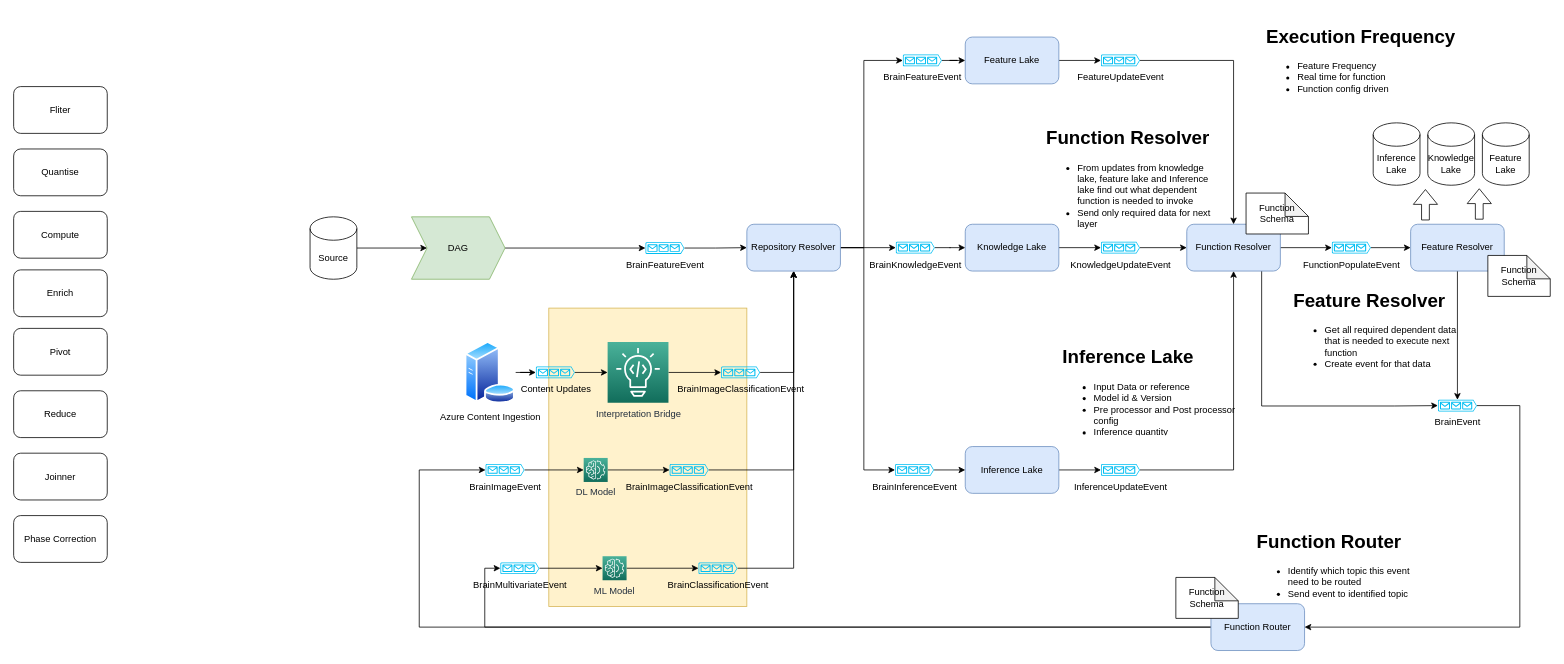
brain-os/brain-proto keeps this draw.io diagram as page "Brain" (1 of 5) of docs/diagram/telos.drawio. Above is the earlier version. Source tidied: cells renumbered, new cells numbered last; positions are measured from the earlier drawing's top-left corner, leaving out a move shared by most shapes. Both pictures are drawn from the tidied source at 78%, with x=0, y=0 at pixel (13, 21).
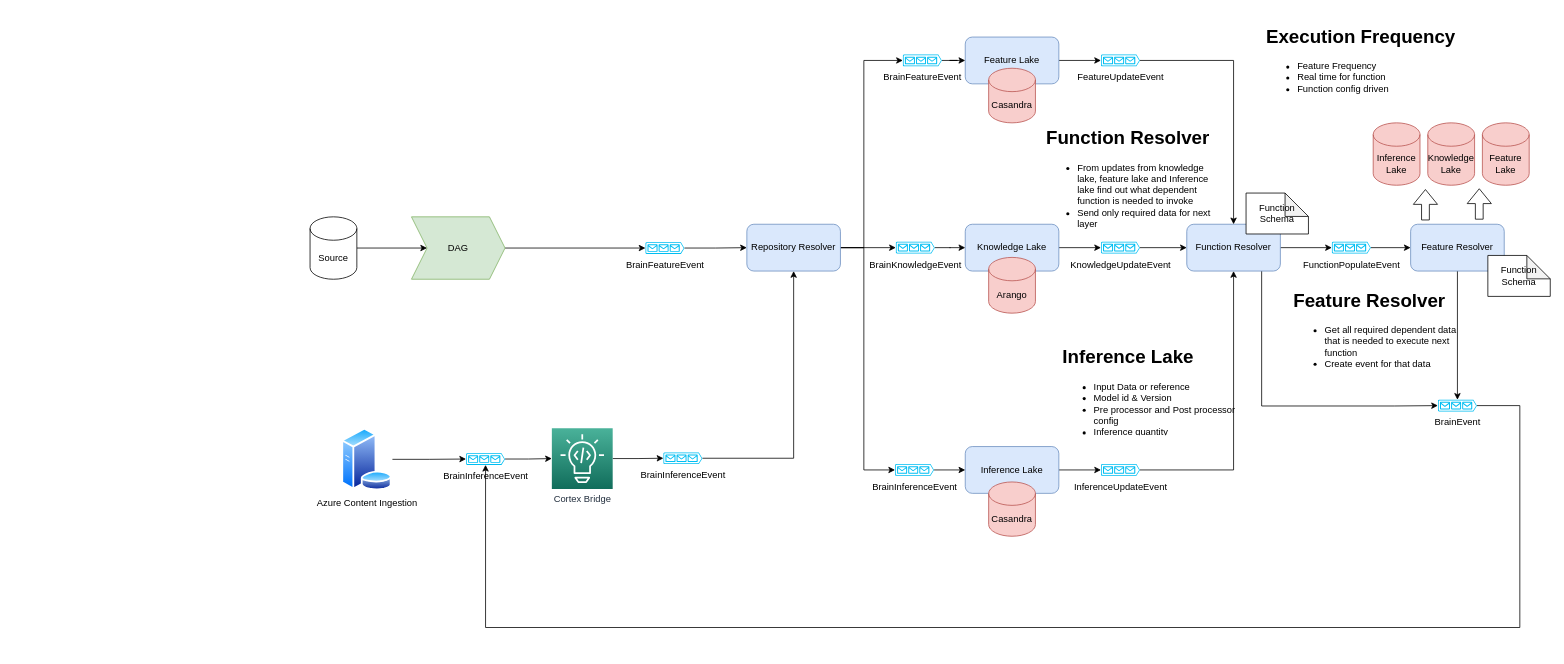
The same diagram, later.

Unchanged cells that the change refers to:
```xml
<mxCell id="34" value="BrainEvent" style="verticalLabelPosition=bottom;html=1;verticalAlign=top;align=center;strokeColor=none;fillColor=#00BEF2;shape=mxgraph.azure.queue_generic;" parent="1" vertex="1">
  <mxGeometry x="1826" y="485" width="50" height="15" as="geometry" />
</mxCell>
<mxCell id="67" value="Repository Resolver" style="rounded=1;whiteSpace=wrap;html=1;fillColor=#dae8fc;strokeColor=#6c8ebf;" parent="1" vertex="1">
  <mxGeometry x="940" y="260" width="120" height="60" as="geometry" />
</mxCell>
```

Change to the diagram source:
```diff
@@
-    <mxCell id="2" style="rounded=0;whiteSpace=wrap;html=1;fillColor=#fff2cc;strokeColor=#d6b656;" parent="1" vertex="1">
-      <mxGeometry x="686.1" y="367.5" width="253.9" height="382.5" as="geometry" />
-    </mxCell>
@@
-    <mxCell id="5" style="edgeStyle=orthogonalEdgeStyle;rounded=0;jettySize=auto;html=1;entryX=0;entryY=0.5;entryDx=0;entryDy=0;entryPerimeter=0;fontColor=#000000;exitX=1;exitY=0.5;exitDx=0;exitDy=0;exitPerimeter=0;" parent="1" edge="1" source="59" target="7">
-      <mxGeometry relative="1" as="geometry" />
-    </mxCell>
-    <mxCell id="6" style="edgeStyle=orthogonalEdgeStyle;rounded=0;jettySize=auto;html=1;entryX=0.5;entryY=1;entryDx=0;entryDy=0;" parent="1" edge="1" source="7" target="67">
-      <mxGeometry relative="1" as="geometry" />
-    </mxCell>
-    <mxCell id="7" value="BrainImageClassificationEvent" style="verticalLabelPosition=bottom;html=1;verticalAlign=top;align=center;strokeColor=none;fillColor=#00BEF2;shape=mxgraph.azure.queue_generic;" parent="1" vertex="1">
-      <mxGeometry x="841" y="567.5" width="50" height="15" as="geometry" />
-    </mxCell>
@@
-    <mxCell id="10" style="edgeStyle=orthogonalEdgeStyle;rounded=0;jettySize=auto;html=1;entryX=0;entryY=0.5;entryDx=0;entryDy=0;entryPerimeter=0;fontColor=#000000;exitX=1;exitY=0.5;exitDx=0;exitDy=0;exitPerimeter=0;" parent="1" edge="1" source="60" target="12">
-      <mxGeometry relative="1" as="geometry" />
-    </mxCell>
-    <mxCell id="11" style="edgeStyle=orthogonalEdgeStyle;rounded=0;jettySize=auto;html=1;entryX=0.5;entryY=1;entryDx=0;entryDy=0;" parent="1" edge="1" source="12" target="67">
-      <mxGeometry relative="1" as="geometry" />
-    </mxCell>
-    <mxCell id="12" value="BrainClassificationEvent" style="verticalLabelPosition=bottom;html=1;verticalAlign=top;align=center;strokeColor=none;fillColor=#00BEF2;shape=mxgraph.azure.queue_generic;" parent="1" vertex="1">
-      <mxGeometry x="878" y="693.5" width="50" height="15" as="geometry" />
-    </mxCell>
@@
-    <mxCell id="33" style="edgeStyle=orthogonalEdgeStyle;rounded=0;jettySize=auto;html=1;entryX=1;entryY=0.5;entryDx=0;entryDy=0;fontColor=#000000;" parent="1" edge="1" source="34" target="41">
+    <mxCell id="33" style="edgeStyle=orthogonalEdgeStyle;rounded=0;jettySize=auto;html=1;fontColor=#000000;" parent="1" edge="1" source="34" target="92">
       <mxGeometry relative="1" as="geometry">
         <Array as="points">
           <mxPoint x="1931" y="493" />
           <mxPoint x="1931" y="777" />
+          <mxPoint x="605" y="777" />
         </Array>
       </mxGeometry>
     </mxCell>
@@
-    <mxCell id="35" value="Knowledge Lake" style="shape=cylinder3;whiteSpace=wrap;html=1;boundedLbl=1;backgroundOutline=1;size=15;fontColor=#000000;" parent="1" vertex="1">
+    <mxCell id="35" value="Knowledge Lake" style="shape=cylinder3;whiteSpace=wrap;html=1;boundedLbl=1;backgroundOutline=1;size=15;fillColor=#f8cecc;strokeColor=#b85450;" parent="1" vertex="1">
       <mxGeometry x="1813" y="130" width="60" height="80" as="geometry" />
     </mxCell>
-    <mxCell id="36" value="Feature Lake" style="shape=cylinder3;whiteSpace=wrap;html=1;boundedLbl=1;backgroundOutline=1;size=15;fontColor=#000000;" parent="1" vertex="1">
+    <mxCell id="36" value="Feature Lake" style="shape=cylinder3;whiteSpace=wrap;html=1;boundedLbl=1;backgroundOutline=1;size=15;fillColor=#f8cecc;strokeColor=#b85450;" parent="1" vertex="1">
       <mxGeometry x="1883" y="130" width="60" height="80" as="geometry" />
     </mxCell>
@@
-    <mxCell id="39" style="edgeStyle=orthogonalEdgeStyle;rounded=0;jettySize=auto;html=1;entryX=0;entryY=0.5;entryDx=0;entryDy=0;entryPerimeter=0;fontColor=#000000;" parent="1" edge="1" source="41" target="48">
-      <mxGeometry relative="1" as="geometry" />
-    </mxCell>
-    <mxCell id="40" style="edgeStyle=orthogonalEdgeStyle;rounded=0;jettySize=auto;html=1;entryX=0;entryY=0.5;entryDx=0;entryDy=0;entryPerimeter=0;fontColor=#000000;" parent="1" edge="1" source="41" target="46">
-      <mxGeometry relative="1" as="geometry">
-        <Array as="points">
-          <mxPoint x="520" y="777" />
-          <mxPoint x="520" y="575" />
-        </Array>
-      </mxGeometry>
-    </mxCell>
-    <mxCell id="41" value="Function Router" style="rounded=1;whiteSpace=wrap;html=1;fillColor=#dae8fc;strokeColor=#6c8ebf;" parent="1" vertex="1">
-      <mxGeometry x="1535" y="746.5" width="120" height="60" as="geometry" />
-    </mxCell>
@@
-    <mxCell id="43" value="Function Schema" style="shape=note;whiteSpace=wrap;html=1;backgroundOutline=1;darkOpacity=0.05;fontColor=#000000;" parent="1" vertex="1">
-      <mxGeometry x="1490" y="712.8" width="80" height="52.5" as="geometry" />
-    </mxCell>
@@
-    <mxCell id="45" style="edgeStyle=orthogonalEdgeStyle;rounded=0;jettySize=auto;html=1;entryX=0;entryY=0.5;entryDx=0;entryDy=0;fontColor=#000000;entryPerimeter=0;" parent="1" edge="1" source="46" target="59">
-      <mxGeometry relative="1" as="geometry" />
-    </mxCell>
-    <mxCell id="46" value="BrainImageEvent" style="verticalLabelPosition=bottom;html=1;verticalAlign=top;align=center;strokeColor=none;fillColor=#00BEF2;shape=mxgraph.azure.queue_generic;" parent="1" vertex="1">
-      <mxGeometry x="605" y="567.5" width="50" height="15" as="geometry" />
-    </mxCell>
-    <mxCell id="47" style="edgeStyle=orthogonalEdgeStyle;rounded=0;jettySize=auto;html=1;fontColor=#000000;entryX=0;entryY=0.5;entryDx=0;entryDy=0;entryPerimeter=0;" parent="1" edge="1" source="48" target="60">
-      <mxGeometry relative="1" as="geometry" />
-    </mxCell>
-    <mxCell id="48" value="BrainMultivariateEvent" style="verticalLabelPosition=bottom;html=1;verticalAlign=top;align=center;strokeColor=none;fillColor=#00BEF2;shape=mxgraph.azure.queue_generic;" parent="1" vertex="1">
-      <mxGeometry x="624" y="693.5" width="50" height="15" as="geometry" />
-    </mxCell>
@@
-    <mxCell id="50" value="Inference Lake" style="shape=cylinder3;whiteSpace=wrap;html=1;boundedLbl=1;backgroundOutline=1;size=15;fontColor=#000000;" parent="1" vertex="1">
+    <mxCell id="50" value="Inference Lake" style="shape=cylinder3;whiteSpace=wrap;html=1;boundedLbl=1;backgroundOutline=1;size=15;fillColor=#f8cecc;strokeColor=#b85450;" parent="1" vertex="1">
       <mxGeometry x="1743" y="130" width="60" height="80" as="geometry" />
     </mxCell>
-    <mxCell id="51" style="edgeStyle=orthogonalEdgeStyle;rounded=0;jettySize=auto;html=1;entryX=0;entryY=0.5;entryDx=0;entryDy=0;entryPerimeter=0;" parent="1" edge="1" source="52" target="54">
-      <mxGeometry relative="1" as="geometry" />
-    </mxCell>
+    <mxCell id="84" style="edgeStyle=orthogonalEdgeStyle;rounded=0;jettySize=auto;html=1;entryX=0;entryY=0.5;entryDx=0;entryDy=0;entryPerimeter=0;" parent="1" edge="1" source="52" target="92">
+      <mxGeometry relative="1" as="geometry" />
+    </mxCell>
     <mxCell id="52" value="Azure Content Ingestion" style="perimeter=ellipsePerimeter;html=1;align=center;shadow=0;dashed=0;spacingTop=3;image;image=img/lib/active_directory/database_server.svg;" parent="1" vertex="1">
-      <mxGeometry x="578" y="410" width="65.6" height="80" as="geometry" />
+      <mxGeometry x="420" y="521.4" width="65.6" height="80" as="geometry" />
     </mxCell>
-    <mxCell id="53" style="edgeStyle=orthogonalEdgeStyle;rounded=0;jettySize=auto;html=1;" parent="1" edge="1" source="54" target="56">
-      <mxGeometry relative="1" as="geometry" />
-    </mxCell>
-    <mxCell id="54" value="Content Updates" style="verticalLabelPosition=bottom;html=1;verticalAlign=top;align=center;strokeColor=none;fillColor=#00BEF2;shape=mxgraph.azure.queue_generic;" parent="1" vertex="1">
-      <mxGeometry x="669.5" y="442.5" width="50" height="15" as="geometry" />
-    </mxCell>
-    <mxCell id="55" style="edgeStyle=orthogonalEdgeStyle;rounded=0;jettySize=auto;html=1;entryX=0;entryY=0.5;entryDx=0;entryDy=0;entryPerimeter=0;" parent="1" edge="1" source="56" target="58">
-      <mxGeometry relative="1" as="geometry" />
-    </mxCell>
+    <mxCell id="85" style="edgeStyle=orthogonalEdgeStyle;rounded=0;jettySize=auto;html=1;entryX=0;entryY=0.5;entryDx=0;entryDy=0;entryPerimeter=0;" parent="1" edge="1" source="56" target="90">
+      <mxGeometry relative="1" as="geometry" />
+    </mxCell>
-    <mxCell id="56" value="Interpretation Bridge" style="sketch=0;points=[[0,0,0],[0.25,0,0],[0.5,0,0],[0.75,0,0],[1,0,0],[0,1,0],[0.25,1,0],[0.5,1,0],[0.75,1,0],[1,1,0],[0,0.25,0],[0,0.5,0],[0,0.75,0],[1,0.25,0],[1,0.5,0],[1,0.75,0]];outlineConnect=0;fontColor=#232F3E;gradientColor=#4AB29A;gradientDirection=north;fillColor=#116D5B;strokeColor=#ffffff;dashed=0;verticalLabelPosition=bottom;verticalAlign=top;align=center;html=1;fontSize=12;fontStyle=0;shape=mxgraph.aws4.resourceIcon;resIcon=mxgraph.aws4.codeguru_2;" parent="1" vertex="1">
-      <mxGeometry x="761.5" y="411" width="78" height="78" as="geometry" />
+    <mxCell id="56" value="Cortex Bridge" style="sketch=0;points=[[0,0,0],[0.25,0,0],[0.5,0,0],[0.75,0,0],[1,0,0],[0,1,0],[0.25,1,0],[0.5,1,0],[0.75,1,0],[1,1,0],[0,0.25,0],[0,0.5,0],[0,0.75,0],[1,0.25,0],[1,0.5,0],[1,0.75,0]];outlineConnect=0;fontColor=#232F3E;gradientColor=#4AB29A;gradientDirection=north;fillColor=#116D5B;strokeColor=#ffffff;dashed=0;verticalLabelPosition=bottom;verticalAlign=top;align=center;html=1;fontSize=12;fontStyle=0;shape=mxgraph.aws4.resourceIcon;resIcon=mxgraph.aws4.codeguru_2;" parent="1" vertex="1">
+      <mxGeometry x="690" y="521.4" width="78" height="78" as="geometry" />
     </mxCell>
-    <mxCell id="57" style="edgeStyle=orthogonalEdgeStyle;rounded=0;jettySize=auto;html=1;entryX=0.5;entryY=1;entryDx=0;entryDy=0;" parent="1" edge="1" source="58" target="67">
-      <mxGeometry relative="1" as="geometry">
-        <Array as="points">
-          <mxPoint x="1000" y="450" />
-        </Array>
-      </mxGeometry>
-    </mxCell>
-    <mxCell id="58" value="BrainImageClassificationEvent" style="verticalLabelPosition=bottom;html=1;verticalAlign=top;align=center;strokeColor=none;fillColor=#00BEF2;shape=mxgraph.azure.queue_generic;" parent="1" vertex="1">
-      <mxGeometry x="907" y="442.5" width="50" height="15" as="geometry" />
-    </mxCell>
-    <mxCell id="59" value="DL Model" style="sketch=0;points=[[0,0,0],[0.25,0,0],[0.5,0,0],[0.75,0,0],[1,0,0],[0,1,0],[0.25,1,0],[0.5,1,0],[0.75,1,0],[1,1,0],[0,0.25,0],[0,0.5,0],[0,0.75,0],[1,0.25,0],[1,0.5,0],[1,0.75,0]];outlineConnect=0;fontColor=#232F3E;gradientColor=#4AB29A;gradientDirection=north;fillColor=#116D5B;strokeColor=#ffffff;dashed=0;verticalLabelPosition=bottom;verticalAlign=top;align=center;html=1;fontSize=12;fontStyle=0;shape=mxgraph.aws4.resourceIcon;resIcon=mxgraph.aws4.machine_learning;" parent="1" vertex="1">
-      <mxGeometry x="730.8" y="559.6" width="30.8" height="30.8" as="geometry" />
-    </mxCell>
-    <mxCell id="60" value="ML Model" style="sketch=0;points=[[0,0,0],[0.25,0,0],[0.5,0,0],[0.75,0,0],[1,0,0],[0,1,0],[0.25,1,0],[0.5,1,0],[0.75,1,0],[1,1,0],[0,0.25,0],[0,0.5,0],[0,0.75,0],[1,0.25,0],[1,0.5,0],[1,0.75,0]];outlineConnect=0;fontColor=#232F3E;gradientColor=#4AB29A;gradientDirection=north;fillColor=#116D5B;strokeColor=#ffffff;dashed=0;verticalLabelPosition=bottom;verticalAlign=top;align=center;html=1;fontSize=12;fontStyle=0;shape=mxgraph.aws4.resourceIcon;resIcon=mxgraph.aws4.machine_learning;" parent="1" vertex="1">
-      <mxGeometry x="755" y="685.6" width="30.8" height="30.8" as="geometry" />
-    </mxCell>
-    <mxCell id="61" value="&lt;h1&gt;Function Router&lt;/h1&gt;&lt;p&gt;&lt;/p&gt;&lt;ul&gt;&lt;li&gt;Identify which topic this event need to be routed&lt;/li&gt;&lt;li&gt;Send event to identified topic&lt;/li&gt;&lt;/ul&gt;&lt;p&gt;&lt;/p&gt;" style="text;html=1;strokeColor=none;fillColor=none;spacing=5;spacingTop=-20;whiteSpace=wrap;overflow=hidden;rounded=0;fontColor=#000000;" parent="1" vertex="1">
-      <mxGeometry x="1589" y="647" width="230" height="120" as="geometry" />
-    </mxCell>
@@
-    <mxCell id="74" value="Fliter" style="rounded=1;whiteSpace=wrap;html=1;" parent="1" vertex="1">
-      <mxGeometry y="83.5" width="120" height="60" as="geometry" />
-    </mxCell>
-    <mxCell id="75" value="Quantise" style="rounded=1;whiteSpace=wrap;html=1;" parent="1" vertex="1">
-      <mxGeometry y="163.5" width="120" height="60" as="geometry" />
-    </mxCell>
-    <mxCell id="76" value="Compute" style="rounded=1;whiteSpace=wrap;html=1;" parent="1" vertex="1">
-      <mxGeometry y="243.5" width="120" height="60" as="geometry" />
-    </mxCell>
-    <mxCell id="77" value="Enrich" style="rounded=1;whiteSpace=wrap;html=1;" parent="1" vertex="1">
-      <mxGeometry y="318.5" width="120" height="60" as="geometry" />
-    </mxCell>
-    <mxCell id="78" value="Pivot" style="rounded=1;whiteSpace=wrap;html=1;" parent="1" vertex="1">
-      <mxGeometry y="393.5" width="120" height="60" as="geometry" />
-    </mxCell>
-    <mxCell id="79" value="Reduce" style="rounded=1;whiteSpace=wrap;html=1;" parent="1" vertex="1">
-      <mxGeometry y="473.5" width="120" height="60" as="geometry" />
-    </mxCell>
-    <mxCell id="80" value="Joinner" style="rounded=1;whiteSpace=wrap;html=1;" parent="1" vertex="1">
-      <mxGeometry y="553.5" width="120" height="60" as="geometry" />
-    </mxCell>
-    <mxCell id="81" value="Phase Correction" style="rounded=1;whiteSpace=wrap;html=1;" parent="1" vertex="1">
-      <mxGeometry y="633.5" width="120" height="60" as="geometry" />
-    </mxCell>
@@
+    <mxCell id="86" value="Casandra" style="shape=cylinder3;whiteSpace=wrap;html=1;boundedLbl=1;backgroundOutline=1;size=15;fillColor=#f8cecc;strokeColor=#b85450;" parent="1" vertex="1">
+      <mxGeometry x="1250" y="60" width="60" height="70" as="geometry" />
+    </mxCell>
+    <mxCell id="87" value="Arango" style="shape=cylinder3;whiteSpace=wrap;html=1;boundedLbl=1;backgroundOutline=1;size=15;fillColor=#f8cecc;strokeColor=#b85450;" parent="1" vertex="1">
+      <mxGeometry x="1250" y="302.5" width="60" height="71.5" as="geometry" />
+    </mxCell>
+    <mxCell id="88" value="Casandra" style="shape=cylinder3;whiteSpace=wrap;html=1;boundedLbl=1;backgroundOutline=1;size=15;fillColor=#f8cecc;strokeColor=#b85450;" parent="1" vertex="1">
+      <mxGeometry x="1250" y="590.4" width="60" height="69.6" as="geometry" />
+    </mxCell>
+    <mxCell id="89" style="edgeStyle=orthogonalEdgeStyle;rounded=0;jettySize=auto;html=1;entryX=0.5;entryY=1;entryDx=0;entryDy=0;" parent="1" edge="1" source="90" target="67">
+      <mxGeometry relative="1" as="geometry" />
+    </mxCell>
+    <mxCell id="90" value="BrainInferenceEvent" style="verticalLabelPosition=bottom;html=1;verticalAlign=top;align=center;strokeColor=none;fillColor=#00BEF2;shape=mxgraph.azure.queue_generic;" parent="1" vertex="1">
+      <mxGeometry x="833" y="552.5" width="50" height="15" as="geometry" />
+    </mxCell>
+    <mxCell id="91" style="edgeStyle=orthogonalEdgeStyle;rounded=0;jettySize=auto;html=1;" parent="1" edge="1" source="92" target="56">
+      <mxGeometry relative="1" as="geometry" />
+    </mxCell>
+    <mxCell id="92" value="BrainInferenceEvent" style="verticalLabelPosition=bottom;html=1;verticalAlign=top;align=center;strokeColor=none;fillColor=#00BEF2;shape=mxgraph.azure.queue_generic;" parent="1" vertex="1">
+      <mxGeometry x="580" y="553.5" width="50" height="15" as="geometry" />
+    </mxCell>
```
